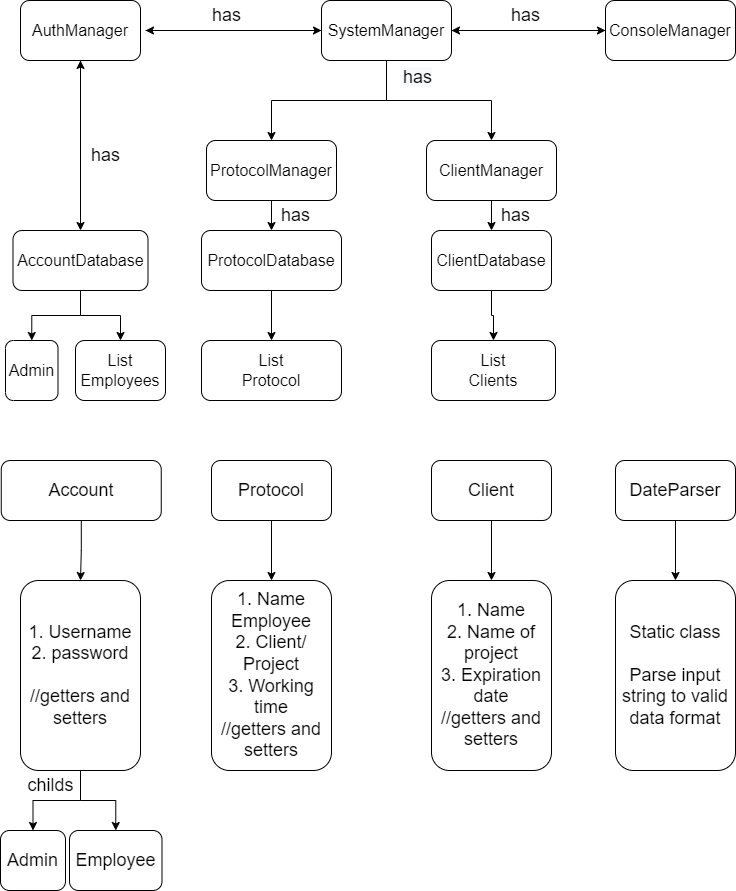
Before: ERP/UML-ERP-system.drawio.png, a diagram exported from draw.io (tsenovi/time-monitoring-system). Source tidied: cells renumbered, new cells last; positions are measured from the earlier drawing's top-left corner, leaving out a move shared by most shapes. Its diagram source:
```xml
<mxGraphModel>
  <root>
    <mxCell id="0" />
    <mxCell id="1" parent="0" />
    <mxCell id="2" style="edgeStyle=orthogonalEdgeStyle;rounded=0;jettySize=auto;html=1;fontSize=18;" parent="1" edge="1" source="6" target="21">
      <mxGeometry relative="1" as="geometry" />
    </mxCell>
    <mxCell id="3" style="edgeStyle=orthogonalEdgeStyle;rounded=0;jettySize=auto;html=1;entryX=0.5;entryY=0;entryDx=0;entryDy=0;fontSize=18;" parent="1" edge="1" source="6" target="23">
      <mxGeometry relative="1" as="geometry" />
    </mxCell>
    <mxCell id="4" style="edgeStyle=orthogonalEdgeStyle;rounded=0;jettySize=auto;html=1;fontSize=18;entryX=0;entryY=0.5;entryDx=0;entryDy=0;" parent="1" edge="1" source="6" target="12">
      <mxGeometry relative="1" as="geometry" />
    </mxCell>
    <mxCell id="5" style="edgeStyle=orthogonalEdgeStyle;rounded=0;jettySize=auto;html=1;entryX=1;entryY=0.5;entryDx=0;entryDy=0;fontSize=18;" parent="1" edge="1" source="6">
      <mxGeometry relative="1" as="geometry">
        <mxPoint x="145" y="30" as="targetPoint" />
      </mxGeometry>
    </mxCell>
    <mxCell id="6" value="&lt;font size=&quot;3&quot;&gt;SystemManager&lt;/font&gt;" style="rounded=1;whiteSpace=wrap;html=1;" parent="1" vertex="1">
      <mxGeometry x="321" width="130" height="60" as="geometry" />
    </mxCell>
    <mxCell id="7" style="edgeStyle=orthogonalEdgeStyle;rounded=0;jettySize=auto;html=1;fontSize=18;" parent="1" edge="1" source="8" target="33">
      <mxGeometry relative="1" as="geometry" />
    </mxCell>
    <mxCell id="8" value="&lt;font size=&quot;3&quot;&gt;ClientDatabase&lt;br&gt;&lt;/font&gt;" style="rounded=1;whiteSpace=wrap;html=1;" parent="1" vertex="1">
      <mxGeometry x="431" y="230" width="120" height="60" as="geometry" />
    </mxCell>
    <mxCell id="9" style="edgeStyle=orthogonalEdgeStyle;rounded=0;jettySize=auto;html=1;fontSize=18;" parent="1" edge="1" source="10" target="32">
      <mxGeometry relative="1" as="geometry" />
    </mxCell>
    <mxCell id="10" value="&lt;font size=&quot;3&quot;&gt;ProtocolDatabase&lt;br&gt;&lt;/font&gt;" style="rounded=1;whiteSpace=wrap;html=1;" parent="1" vertex="1">
      <mxGeometry x="201" y="230" width="140" height="60" as="geometry" />
    </mxCell>
    <mxCell id="11" style="edgeStyle=orthogonalEdgeStyle;rounded=0;jettySize=auto;html=1;entryX=1;entryY=0.5;entryDx=0;entryDy=0;fontSize=18;" parent="1" edge="1" source="12" target="6">
      <mxGeometry relative="1" as="geometry" />
    </mxCell>
    <mxCell id="12" value="&lt;font size=&quot;3&quot;&gt;ConsoleManager&lt;br&gt;&lt;/font&gt;" style="rounded=1;whiteSpace=wrap;html=1;" parent="1" vertex="1">
      <mxGeometry x="605" width="130" height="60" as="geometry" />
    </mxCell>
    <mxCell id="13" style="edgeStyle=orthogonalEdgeStyle;rounded=0;jettySize=auto;html=1;fontSize=18;" parent="1" edge="1" source="14" target="19">
      <mxGeometry relative="1" as="geometry" />
    </mxCell>
    <mxCell id="14" value="&lt;font size=&quot;3&quot;&gt;AuthManager&lt;/font&gt;" style="rounded=1;whiteSpace=wrap;html=1;" parent="1" vertex="1">
      <mxGeometry x="20" width="120" height="60" as="geometry" />
    </mxCell>
    <mxCell id="15" style="edgeStyle=orthogonalEdgeStyle;rounded=0;jettySize=auto;html=1;fontSize=18;" parent="1" edge="1" target="14">
      <mxGeometry relative="1" as="geometry">
        <mxPoint x="80" y="100" as="sourcePoint" />
        <Array as="points">
          <mxPoint x="80" y="110" />
          <mxPoint x="80" y="110" />
        </Array>
      </mxGeometry>
    </mxCell>
    <mxCell id="16" style="edgeStyle=orthogonalEdgeStyle;rounded=0;jettySize=auto;html=1;entryX=0;entryY=0.5;entryDx=0;entryDy=0;fontSize=18;" parent="1" edge="1" target="6">
      <mxGeometry relative="1" as="geometry">
        <mxPoint x="145" y="30" as="sourcePoint" />
      </mxGeometry>
    </mxCell>
    <mxCell id="17" style="edgeStyle=orthogonalEdgeStyle;rounded=0;jettySize=auto;html=1;exitX=0.5;exitY=1;exitDx=0;exitDy=0;entryX=0.5;entryY=0;entryDx=0;entryDy=0;fontSize=18;" parent="1" edge="1" source="19" target="31">
      <mxGeometry relative="1" as="geometry" />
    </mxCell>
    <mxCell id="18" style="edgeStyle=orthogonalEdgeStyle;rounded=0;jettySize=auto;html=1;exitX=0.5;exitY=1;exitDx=0;exitDy=0;entryX=0.5;entryY=0;entryDx=0;entryDy=0;fontSize=18;" parent="1" edge="1" source="19" target="30">
      <mxGeometry relative="1" as="geometry" />
    </mxCell>
    <mxCell id="19" value="&lt;font size=&quot;3&quot;&gt;AccountDatabase&lt;/font&gt;" style="rounded=1;whiteSpace=wrap;html=1;" parent="1" vertex="1">
      <mxGeometry x="12.5" y="230" width="135" height="60" as="geometry" />
    </mxCell>
    <mxCell id="20" style="edgeStyle=orthogonalEdgeStyle;rounded=0;jettySize=auto;html=1;fontSize=18;" parent="1" edge="1" source="21" target="10">
      <mxGeometry relative="1" as="geometry" />
    </mxCell>
    <mxCell id="21" value="&lt;font size=&quot;3&quot;&gt;ProtocolManager&lt;/font&gt;" style="rounded=1;whiteSpace=wrap;html=1;" parent="1" vertex="1">
      <mxGeometry x="206" y="140" width="130" height="60" as="geometry" />
    </mxCell>
    <mxCell id="22" style="edgeStyle=orthogonalEdgeStyle;rounded=0;jettySize=auto;html=1;fontSize=18;" parent="1" edge="1" source="23" target="8">
      <mxGeometry relative="1" as="geometry" />
    </mxCell>
    <mxCell id="23" value="&lt;font size=&quot;3&quot;&gt;ClientManager&lt;/font&gt;" style="rounded=1;whiteSpace=wrap;html=1;" parent="1" vertex="1">
      <mxGeometry x="426" y="140" width="130" height="60" as="geometry" />
    </mxCell>
    <mxCell id="24" value="has" style="text;html=1;align=center;verticalAlign=middle;strokeColor=none;fillColor=none;fontSize=18;" parent="1" vertex="1">
      <mxGeometry x="85" y="140" width="40" height="30" as="geometry" />
    </mxCell>
    <mxCell id="25" value="has" style="text;html=1;align=center;verticalAlign=middle;strokeColor=none;fillColor=none;fontSize=18;" parent="1" vertex="1">
      <mxGeometry x="275" y="200" width="40" height="30" as="geometry" />
    </mxCell>
    <mxCell id="26" value="has" style="text;html=1;align=center;verticalAlign=middle;strokeColor=none;fillColor=none;fontSize=18;" parent="1" vertex="1">
      <mxGeometry x="495" y="200" width="40" height="30" as="geometry" />
    </mxCell>
    <mxCell id="27" value="has" style="text;html=1;align=center;verticalAlign=middle;strokeColor=none;fillColor=none;fontSize=18;" parent="1" vertex="1">
      <mxGeometry x="505" width="40" height="30" as="geometry" />
    </mxCell>
    <mxCell id="28" value="has" style="text;html=1;align=center;verticalAlign=middle;strokeColor=none;fillColor=none;fontSize=18;" parent="1" vertex="1">
      <mxGeometry x="206" width="40" height="30" as="geometry" />
    </mxCell>
    <mxCell id="29" style="edgeStyle=orthogonalEdgeStyle;rounded=0;orthogonalLoop=1;jettySize=auto;html=1;exitX=0.5;exitY=1;exitDx=0;exitDy=0;fontSize=18;" parent="1" edge="1" source="14" target="14">
      <mxGeometry relative="1" as="geometry" />
    </mxCell>
    <mxCell id="30" value="&lt;font size=&quot;3&quot;&gt;Admin&lt;br&gt;&lt;/font&gt;" style="rounded=1;whiteSpace=wrap;html=1;" parent="1" vertex="1">
      <mxGeometry x="5" y="340" width="52.5" height="60" as="geometry" />
    </mxCell>
    <mxCell id="31" value="&lt;span style=&quot;font-size: medium&quot;&gt;List&lt;br&gt;Employees&lt;/span&gt;&lt;font size=&quot;3&quot;&gt;&lt;br&gt;&lt;/font&gt;" style="rounded=1;whiteSpace=wrap;html=1;" parent="1" vertex="1">
      <mxGeometry x="75" y="340" width="90" height="60" as="geometry" />
    </mxCell>
    <mxCell id="32" value="&lt;font size=&quot;3&quot;&gt;List&lt;br&gt;Protocol&lt;br&gt;&lt;/font&gt;" style="rounded=1;whiteSpace=wrap;html=1;" parent="1" vertex="1">
      <mxGeometry x="201" y="340" width="140" height="60" as="geometry" />
    </mxCell>
    <mxCell id="33" value="&lt;font size=&quot;3&quot;&gt;List&lt;br&gt;Clients&lt;br&gt;&lt;/font&gt;" style="rounded=1;whiteSpace=wrap;html=1;" parent="1" vertex="1">
      <mxGeometry x="431" y="340" width="124" height="60" as="geometry" />
    </mxCell>
    <mxCell id="34" style="edgeStyle=orthogonalEdgeStyle;rounded=0;jettySize=auto;html=1;fontSize=18;" parent="1" edge="1" source="35" target="48">
      <mxGeometry relative="1" as="geometry" />
    </mxCell>
    <mxCell id="35" value="Account" style="rounded=1;whiteSpace=wrap;html=1;fontSize=18;" parent="1" vertex="1">
      <mxGeometry x="0.8" y="460" width="160" height="60" as="geometry" />
    </mxCell>
    <mxCell id="36" style="edgeStyle=orthogonalEdgeStyle;rounded=0;jettySize=auto;html=1;fontSize=18;" parent="1" edge="1" source="37" target="50">
      <mxGeometry relative="1" as="geometry" />
    </mxCell>
    <mxCell id="37" value="DateParser" style="rounded=1;whiteSpace=wrap;html=1;fontSize=18;" parent="1" vertex="1">
      <mxGeometry x="615" y="460" width="120" height="60" as="geometry" />
    </mxCell>
    <mxCell id="38" style="edgeStyle=orthogonalEdgeStyle;rounded=0;jettySize=auto;html=1;fontSize=18;" parent="1" edge="1" source="39" target="44">
      <mxGeometry relative="1" as="geometry" />
    </mxCell>
    <mxCell id="39" value="Client" style="rounded=1;whiteSpace=wrap;html=1;fontSize=18;" parent="1" vertex="1">
      <mxGeometry x="431" y="460" width="120" height="60" as="geometry" />
    </mxCell>
    <mxCell id="40" style="edgeStyle=orthogonalEdgeStyle;rounded=0;jettySize=auto;html=1;fontSize=18;" parent="1" edge="1" source="41" target="45">
      <mxGeometry relative="1" as="geometry" />
    </mxCell>
    <mxCell id="41" value="Protocol" style="rounded=1;whiteSpace=wrap;html=1;fontSize=18;" parent="1" vertex="1">
      <mxGeometry x="211" y="460" width="120" height="60" as="geometry" />
    </mxCell>
    <mxCell id="42" value="Admin" style="rounded=1;whiteSpace=wrap;html=1;fontSize=18;" parent="1" vertex="1">
      <mxGeometry y="830" width="65" height="60" as="geometry" />
    </mxCell>
    <mxCell id="43" value="Employee" style="rounded=1;whiteSpace=wrap;html=1;fontSize=18;" parent="1" vertex="1">
      <mxGeometry x="69" y="830" width="92.5" height="60" as="geometry" />
    </mxCell>
    <mxCell id="44" value="1. Name&lt;br&gt;2. Name of project&lt;br&gt;3. Expiration date&lt;br&gt;//getters and&lt;br&gt;setters" style="rounded=1;whiteSpace=wrap;html=1;fontSize=18;" parent="1" vertex="1">
      <mxGeometry x="431" y="580" width="120" height="190" as="geometry" />
    </mxCell>
    <mxCell id="45" value="1. Name&lt;br&gt;Employee&lt;br&gt;2. Client/&lt;br&gt;Project&lt;br&gt;3. Working&lt;br&gt;time&lt;br&gt;//getters and&lt;br&gt;setters" style="rounded=1;whiteSpace=wrap;html=1;fontSize=18;" parent="1" vertex="1">
      <mxGeometry x="211" y="580" width="120" height="190" as="geometry" />
    </mxCell>
    <mxCell id="46" style="edgeStyle=orthogonalEdgeStyle;rounded=0;jettySize=auto;html=1;entryX=0.5;entryY=0;entryDx=0;entryDy=0;fontSize=18;" parent="1" edge="1" source="48" target="43">
      <mxGeometry relative="1" as="geometry" />
    </mxCell>
    <mxCell id="47" style="edgeStyle=orthogonalEdgeStyle;rounded=0;jettySize=auto;html=1;entryX=0.5;entryY=0;entryDx=0;entryDy=0;fontSize=18;" parent="1" edge="1" source="48" target="42">
      <mxGeometry relative="1" as="geometry" />
    </mxCell>
    <mxCell id="48" value="1. Username&lt;br&gt;2. password&lt;br&gt;&lt;br&gt;//getters and&lt;br&gt;setters" style="rounded=1;whiteSpace=wrap;html=1;fontSize=18;" parent="1" vertex="1">
      <mxGeometry x="20" y="580" width="120" height="190" as="geometry" />
    </mxCell>
    <mxCell id="49" value="childs" style="text;html=1;align=center;verticalAlign=middle;strokeColor=none;fillColor=none;fontSize=18;" parent="1" vertex="1">
      <mxGeometry x="20" y="770" width="60" height="30" as="geometry" />
    </mxCell>
    <mxCell id="50" value="Static class&lt;br&gt;&lt;br&gt;Parse input&lt;br&gt;string to valid&lt;br&gt;data format" style="rounded=1;whiteSpace=wrap;html=1;fontSize=18;" parent="1" vertex="1">
      <mxGeometry x="615" y="580" width="120" height="190" as="geometry" />
    </mxCell>
    <mxCell id="51" value="&lt;span style=&quot;color: rgb(0, 0, 0); font-family: helvetica; font-size: 18px; font-style: normal; font-weight: 400; letter-spacing: normal; text-align: center; text-indent: 0px; text-transform: none; word-spacing: 0px; background-color: rgb(248, 249, 250); display: inline; float: none;&quot;&gt;has&lt;/span&gt;" style="text;whiteSpace=wrap;html=1;fontSize=18;" parent="1" vertex="1">
      <mxGeometry x="401" y="60" width="50" height="40" as="geometry" />
    </mxCell>
  </root>
</mxGraphModel>
```
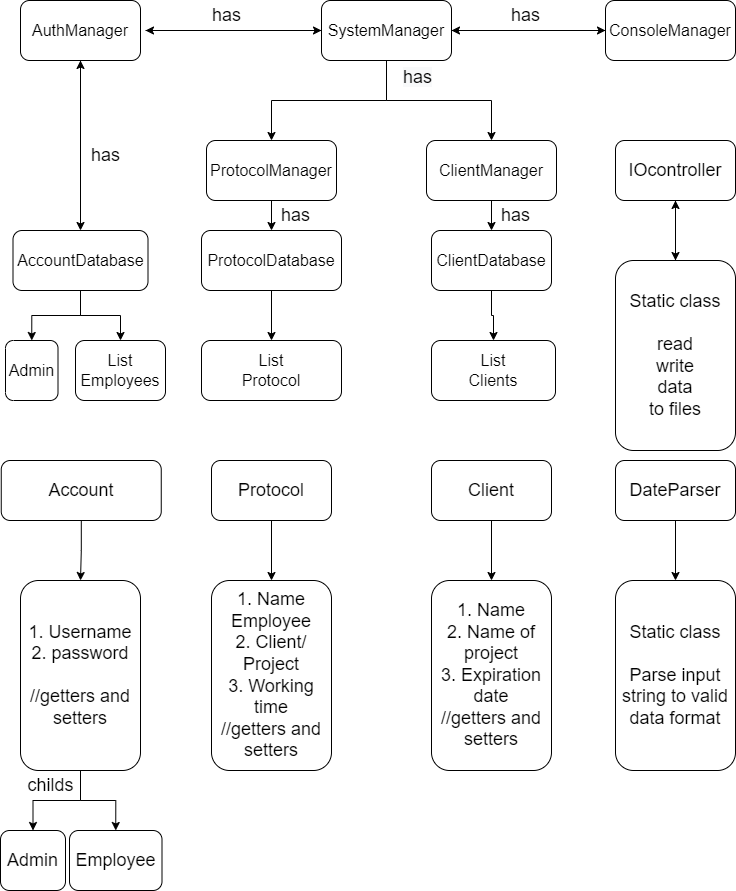
The same file after the commit.

What changed in the source:
```diff
@@ -162,5 +162,17 @@
     <mxCell id="51" value="&lt;span style=&quot;color: rgb(0, 0, 0); font-family: helvetica; font-size: 18px; font-style: normal; font-weight: 400; letter-spacing: normal; text-align: center; text-indent: 0px; text-transform: none; word-spacing: 0px; background-color: rgb(248, 249, 250); display: inline; float: none;&quot;&gt;has&lt;/span&gt;" style="text;whiteSpace=wrap;html=1;fontSize=18;" parent="1" vertex="1">
       <mxGeometry x="401" y="60" width="50" height="40" as="geometry" />
     </mxCell>
+    <mxCell id="52" style="edgeStyle=orthogonalEdgeStyle;rounded=0;jettySize=auto;html=1;fontSize=18;" parent="1" edge="1" source="53" target="55">
+      <mxGeometry relative="1" as="geometry" />
+    </mxCell>
+    <mxCell id="53" value="IOcontroller" style="rounded=1;whiteSpace=wrap;html=1;fontSize=18;" parent="1" vertex="1">
+      <mxGeometry x="615" y="140" width="120" height="60" as="geometry" />
+    </mxCell>
+    <mxCell id="54" style="edgeStyle=orthogonalEdgeStyle;rounded=0;jettySize=auto;html=1;" parent="1" edge="1" source="55" target="53">
+      <mxGeometry relative="1" as="geometry" />
+    </mxCell>
+    <mxCell id="55" value="Static class&lt;br&gt;&lt;br&gt;read&lt;br&gt;write&lt;br&gt;data&lt;br&gt;to files" style="rounded=1;whiteSpace=wrap;html=1;fontSize=18;" parent="1" vertex="1">
+      <mxGeometry x="615" y="260" width="120" height="190" as="geometry" />
+    </mxCell>
   </root>
 </mxGraphModel>
```
